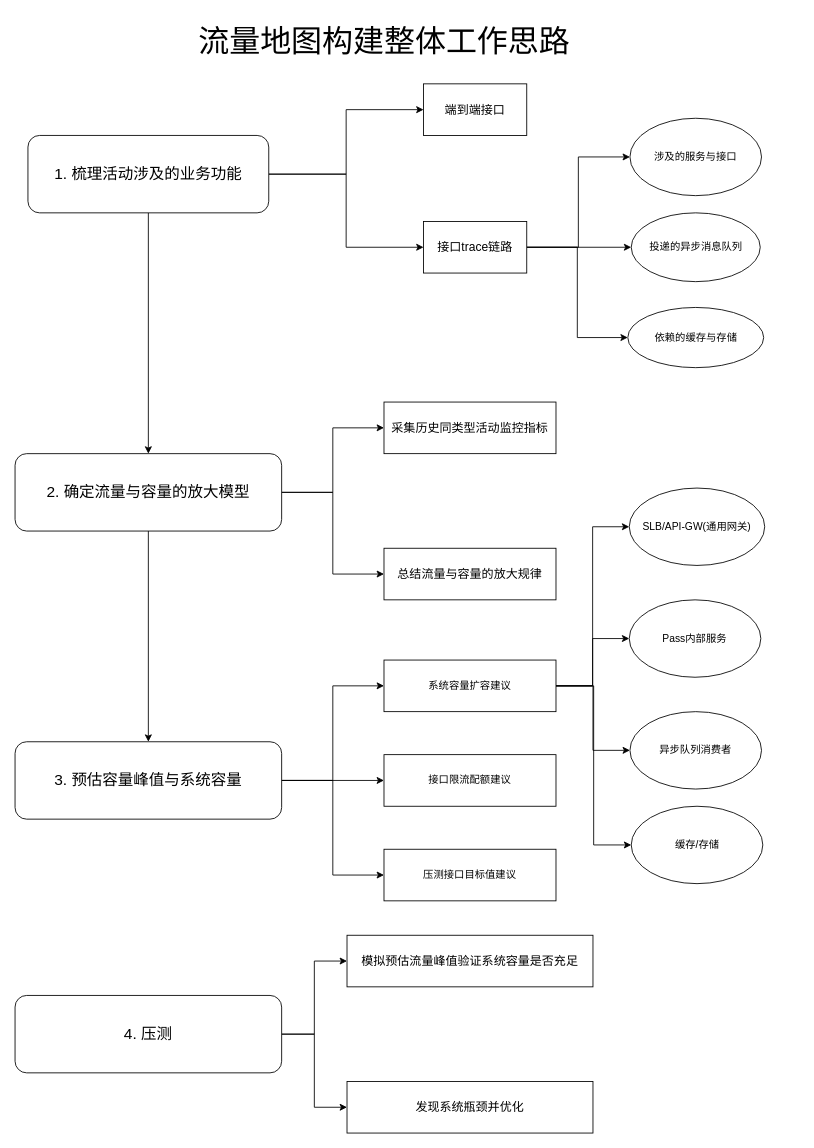
smartcharles/tech_draw keeps this draw.io diagram as 流量地图构建整体架构.drawio. Above is the earlier version. Source tidied: cells renumbered, new cells numbered last; positions are measured from the earlier drawing's top-left corner, leaving out a move shared by most shapes. Both pictures are drawn from the tidied source at 86%, with x=0, y=0 at pixel (15, 15).
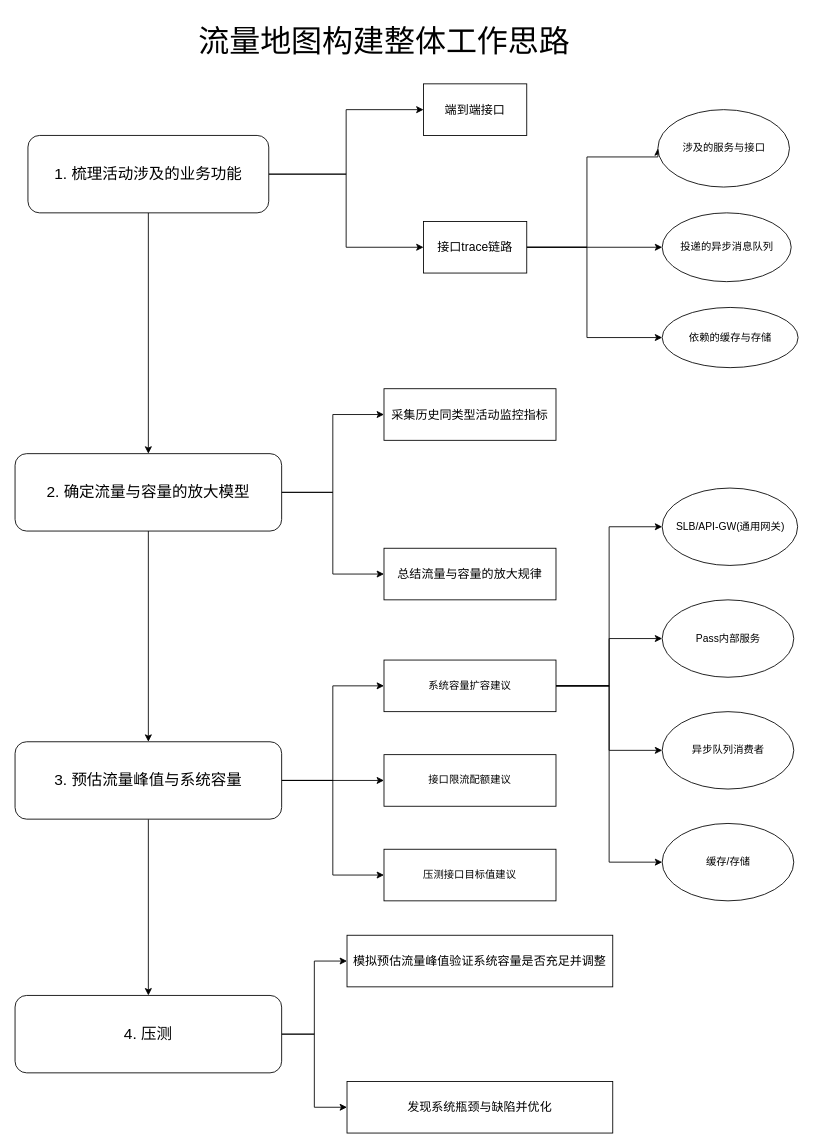
The same diagram, later.

Commit message (it also covers changes not shown here):
更新流量地图构建整体架构.drawio

The change refers to these unchanged cells:
```xml
<mxCell id="11" value="&lt;font style=&quot;font-size: 14px;&quot;&gt;接口trace链路&lt;/font&gt;" style="rounded=0;whiteSpace=wrap;html=1;" parent="1" vertex="1">
  <mxGeometry x="475" y="240" width="120" height="60" as="geometry" />
</mxCell>
<mxCell id="38" value="&lt;span style=&quot;font-size: 18px;&quot;&gt;4. 压测&lt;/span&gt;" style="rounded=1;whiteSpace=wrap;html=1;" parent="1" vertex="1">
  <mxGeometry y="1140" width="310" height="90" as="geometry" />
</mxCell>
```

The edit, as a diff of the source:
```diff
@@
     <mxCell id="9" style="edgeStyle=orthogonalEdgeStyle;rounded=0;jettySize=auto;html=1;entryX=0;entryY=0.5;entryDx=0;entryDy=0;" parent="1" edge="1" source="11" target="12">
       <mxGeometry relative="1" as="geometry">
         <Array as="points">
-          <mxPoint x="655" y="270" />
-          <mxPoint x="655" y="165" />
+          <mxPoint x="665" y="270" />
+          <mxPoint x="665" y="165" />
+          <mxPoint x="748" y="165" />
         </Array>
       </mxGeometry>
     </mxCell>
     <mxCell id="10" style="edgeStyle=orthogonalEdgeStyle;rounded=0;jettySize=auto;html=1;entryX=0;entryY=0.5;entryDx=0;entryDy=0;" parent="1" edge="1" source="11" target="13">
-      <mxGeometry relative="1" as="geometry" />
+      <mxGeometry relative="1" as="geometry">
+        <Array as="points">
+          <mxPoint x="665" y="270" />
+          <mxPoint x="665" y="375" />
+        </Array>
+      </mxGeometry>
     </mxCell>
@@
     <mxCell id="12" value="涉及的服务与接口" style="ellipse;whiteSpace=wrap;html=1;" parent="1" vertex="1">
-      <mxGeometry x="715" y="120" width="153" height="90" as="geometry" />
+      <mxGeometry x="747.5" y="110" width="153" height="90" as="geometry" />
     </mxCell>
     <mxCell id="13" value="依赖的缓存与存储" style="ellipse;whiteSpace=wrap;html=1;" parent="1" vertex="1">
-      <mxGeometry x="712.5" y="340" width="158" height="70" as="geometry" />
+      <mxGeometry x="752.5" y="340" width="158" height="70" as="geometry" />
     </mxCell>
     <mxCell id="14" value="投递的异步消息队列" style="ellipse;whiteSpace=wrap;html=1;" parent="1" vertex="1">
-      <mxGeometry x="716.5" y="230" width="150" height="80" as="geometry" />
+      <mxGeometry x="752.5" y="230" width="150" height="80" as="geometry" />
     </mxCell>
@@
+    <mxCell id="41" style="edgeStyle=orthogonalEdgeStyle;rounded=0;jettySize=auto;html=1;entryX=0.5;entryY=0;entryDx=0;entryDy=0;" parent="1" edge="1" source="22" target="38">
+      <mxGeometry relative="1" as="geometry" />
+    </mxCell>
-    <mxCell id="22" value="&lt;span style=&quot;font-size: 18px;&quot;&gt;3. 预估容量峰值与系统容量&lt;/span&gt;" style="rounded=1;whiteSpace=wrap;html=1;" parent="1" vertex="1">
+    <mxCell id="22" value="&lt;span style=&quot;font-size: 18px;&quot;&gt;3. 预估流量峰值与系统容量&lt;/span&gt;" style="rounded=1;whiteSpace=wrap;html=1;" parent="1" vertex="1">
       <mxGeometry y="845" width="310" height="90" as="geometry" />
     </mxCell>
     <mxCell id="23" value="&lt;font style=&quot;font-size: 14px;&quot;&gt;采集历史同类型活动监控指标&lt;/font&gt;" style="rounded=0;whiteSpace=wrap;html=1;" parent="1" vertex="1">
-      <mxGeometry x="429" y="450" width="200" height="60" as="geometry" />
+      <mxGeometry x="429" y="434.5" width="200" height="60" as="geometry" />
     </mxCell>
@@
     <mxCell id="32" value="SLB/API-GW(通用网关)" style="ellipse;whiteSpace=wrap;html=1;" parent="1" vertex="1">
-      <mxGeometry x="714.2" y="550" width="157.5" height="90" as="geometry" />
+      <mxGeometry x="752.5" y="550" width="157.5" height="90" as="geometry" />
     </mxCell>
     <mxCell id="33" value="Pass内部服务" style="ellipse;whiteSpace=wrap;html=1;" parent="1" vertex="1">
-      <mxGeometry x="714.2" y="680" width="153" height="90" as="geometry" />
+      <mxGeometry x="752.5" y="680" width="153" height="90" as="geometry" />
     </mxCell>
     <mxCell id="34" value="缓存/存储" style="ellipse;whiteSpace=wrap;html=1;" parent="1" vertex="1">
-      <mxGeometry x="716.5" y="920" width="153" height="90" as="geometry" />
+      <mxGeometry x="752.5" y="940" width="153" height="90" as="geometry" />
     </mxCell>
     <mxCell id="35" value="异步队列消费者" style="ellipse;whiteSpace=wrap;html=1;" parent="1" vertex="1">
-      <mxGeometry x="715" y="810" width="153" height="90" as="geometry" />
+      <mxGeometry x="752.5" y="810" width="153" height="90" as="geometry" />
     </mxCell>
@@
-    <mxCell id="39" value="&lt;font style=&quot;font-size: 14px;&quot;&gt;模拟预估流量峰值验证系统容量是否充足&lt;/font&gt;" style="rounded=0;whiteSpace=wrap;html=1;" parent="1" vertex="1">
-      <mxGeometry x="386" y="1070" width="286" height="60" as="geometry" />
+    <mxCell id="39" value="&lt;font style=&quot;font-size: 14px;&quot;&gt;模拟预估流量峰值验证系统容量是否充足并调整&lt;/font&gt;" style="rounded=0;whiteSpace=wrap;html=1;" parent="1" vertex="1">
+      <mxGeometry x="386" y="1070" width="309" height="60" as="geometry" />
     </mxCell>
-    <mxCell id="40" value="&lt;font style=&quot;font-size: 14px;&quot;&gt;发现系统瓶颈并优化&lt;/font&gt;" style="rounded=0;whiteSpace=wrap;html=1;" parent="1" vertex="1">
-      <mxGeometry x="386" y="1240" width="286" height="60" as="geometry" />
+    <mxCell id="40" value="&lt;font style=&quot;font-size: 14px;&quot;&gt;发现系统瓶颈与缺陷并优化&lt;/font&gt;" style="rounded=0;whiteSpace=wrap;html=1;" parent="1" vertex="1">
+      <mxGeometry x="386" y="1240" width="309" height="60" as="geometry" />
     </mxCell>
```
